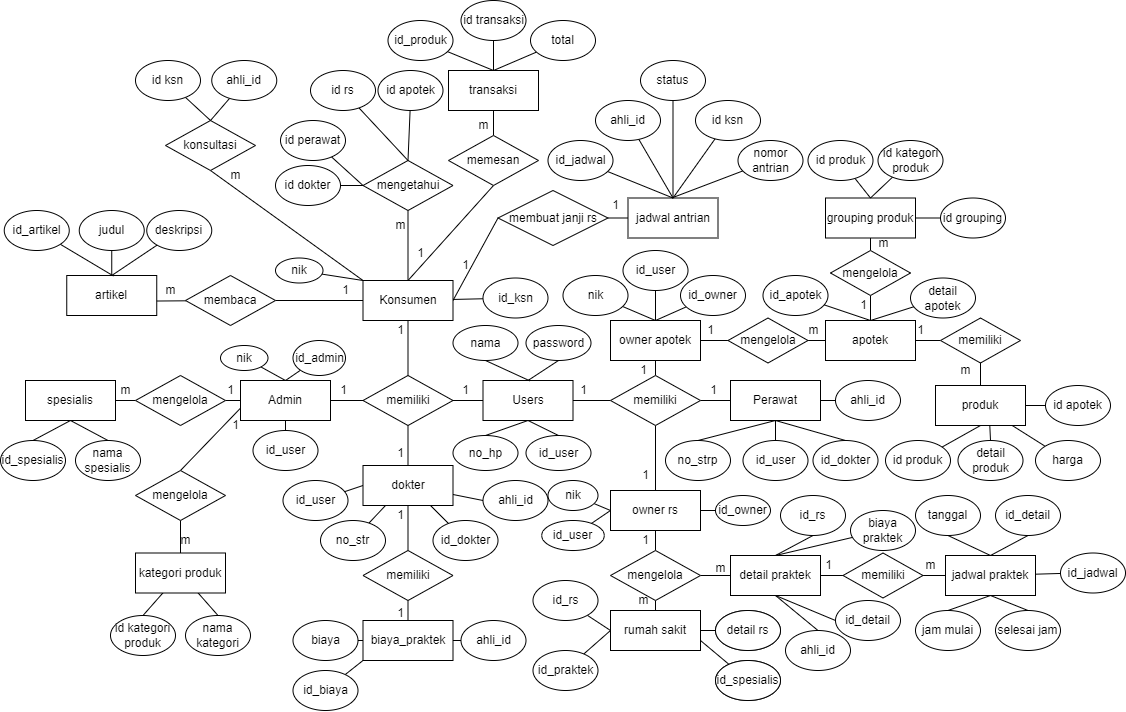
Before: erd/erd.drawio.png, a diagram exported from draw.io (Muhamadrafliseptian/rancangan-sistem-dan-dokumen). Source tidied: cells renumbered, new cells last; positions are measured from the earlier drawing's top-left corner, leaving out a move shared by most shapes.
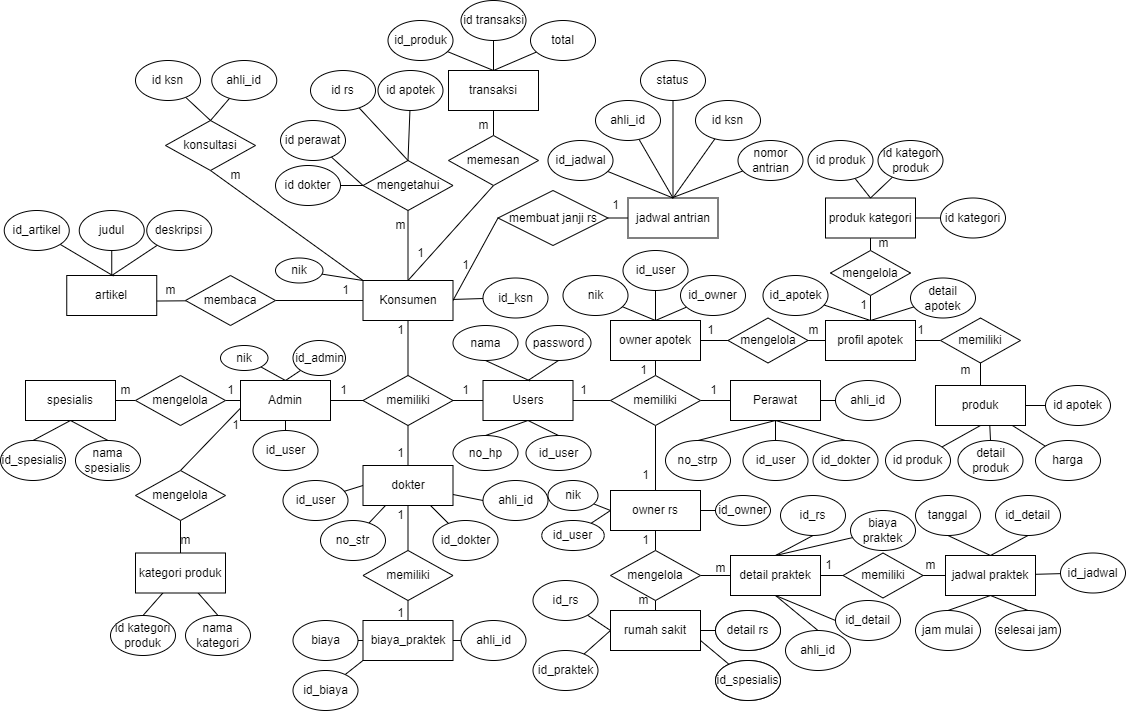
After the change.

Change to the diagram source:
```diff
@@ -416,7 +416,7 @@
     <mxCell id="138" style="edgeStyle=none;rounded=0;jettySize=auto;html=1;endArrow=none;endFill=0;" parent="1" edge="1" source="139" target="226">
       <mxGeometry relative="1" as="geometry" />
     </mxCell>
-    <mxCell id="139" value="apotek" style="rounded=0;whiteSpace=wrap;html=1;" parent="1" vertex="1">
+    <mxCell id="139" value="profil apotek" style="rounded=0;whiteSpace=wrap;html=1;" parent="1" vertex="1">
       <mxGeometry x="825" y="320" width="90" height="40" as="geometry" />
     </mxCell>
     <mxCell id="140" value="detail rs" style="ellipse;whiteSpace=wrap;html=1;" parent="1" vertex="1">
@@ -683,7 +683,7 @@
     <mxCell id="227" style="edgeStyle=none;rounded=0;jettySize=auto;html=1;endArrow=none;endFill=0;" parent="1" edge="1" source="228" target="233">
       <mxGeometry relative="1" as="geometry" />
     </mxCell>
-    <mxCell id="228" value="grouping produk" style="rounded=0;whiteSpace=wrap;html=1;" parent="1" vertex="1">
+    <mxCell id="228" value="produk kategori" style="rounded=0;whiteSpace=wrap;html=1;" parent="1" vertex="1">
       <mxGeometry x="825" y="197.5" width="90" height="40" as="geometry" />
     </mxCell>
     <mxCell id="229" style="edgeStyle=none;rounded=0;jettySize=auto;html=1;entryX=0.5;entryY=0;entryDx=0;entryDy=0;endArrow=none;endFill=0;" parent="1" edge="1" source="230" target="228">
@@ -698,7 +698,7 @@
     <mxCell id="232" value="id kategori produk" style="ellipse;whiteSpace=wrap;html=1;" parent="1" vertex="1">
       <mxGeometry x="877.5" y="140" width="65" height="40" as="geometry" />
     </mxCell>
-    <mxCell id="233" value="id grouping" style="ellipse;whiteSpace=wrap;html=1;" parent="1" vertex="1">
+    <mxCell id="233" value="id kategori" style="ellipse;whiteSpace=wrap;html=1;" parent="1" vertex="1">
       <mxGeometry x="940" y="197.5" width="65" height="40" as="geometry" />
     </mxCell>
     <mxCell id="234" value="1" style="text;html=1;align=center;verticalAlign=middle;strokeColor=none;fillColor=none;" parent="1" vertex="1">
```
